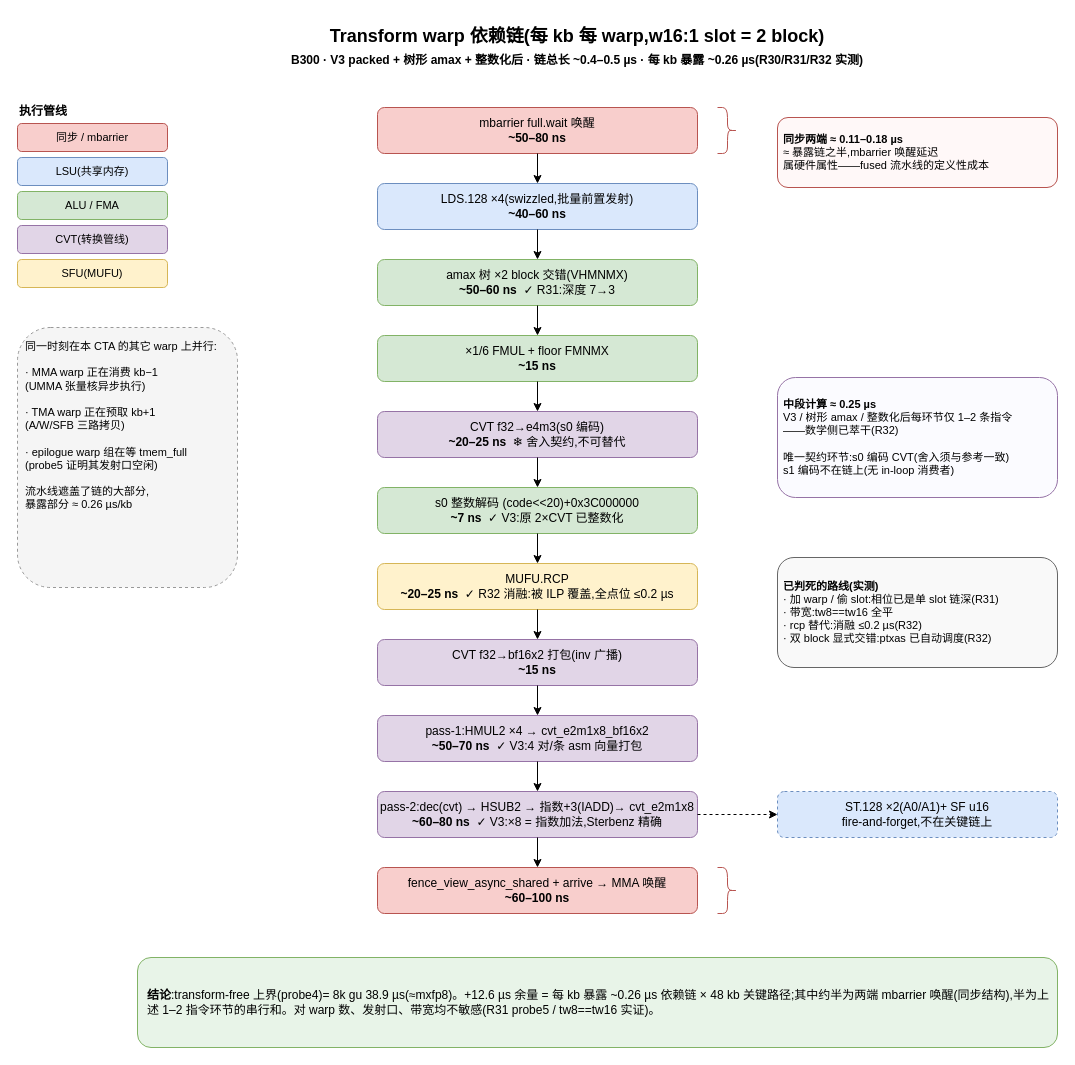
Earlier version of the draw.io diagram docs/transform-warp-chain.drawio (alan-hpc/nvfp4-cutlass). Source tidied: cells renumbered, new cells numbered last; positions are measured from the earlier drawing's top-left corner, leaving out a move shared by most shapes. Both pictures are drawn from the tidied source at 100%, with x=0, y=0 at pixel (17, 17).
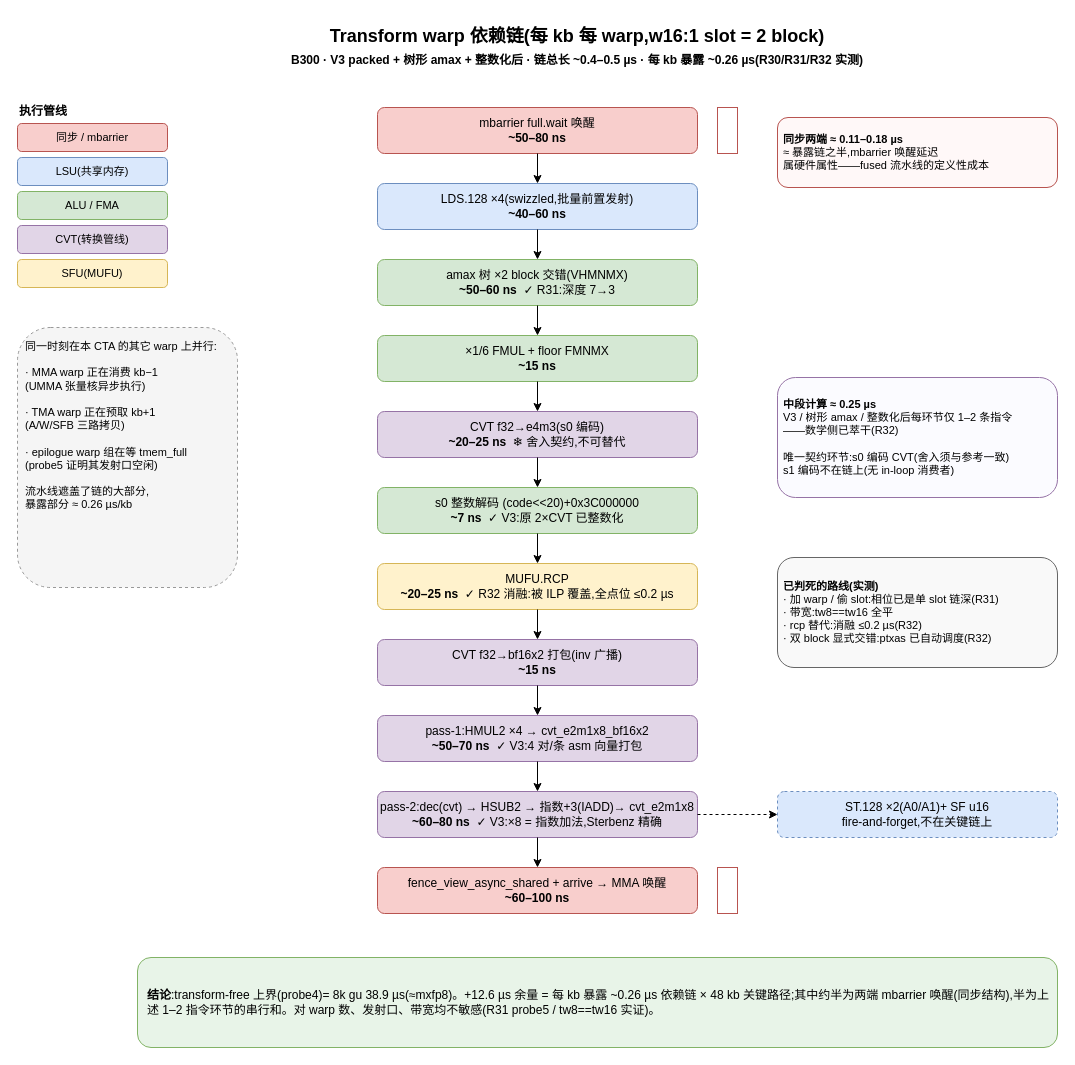
After the change.

Diff of the diagram source:
```diff
@@
-    <mxCell id="33" style="shape=curlyBracket;whiteSpace=wrap;html=1;rounded=1;flipH=1;strokeColor=#b85450;" parent="1" vertex="1">
+    <mxCell id="33" style="rounded=0;fillColor=none;strokeColor=#b85450;" parent="1" vertex="1">
       <mxGeometry x="700" y="90" width="20" height="46" as="geometry" />
     </mxCell>
-    <mxCell id="34" style="shape=curlyBracket;whiteSpace=wrap;html=1;rounded=1;flipH=1;strokeColor=#b85450;" parent="1" vertex="1">
+    <mxCell id="34" style="rounded=0;fillColor=none;strokeColor=#b85450;" parent="1" vertex="1">
       <mxGeometry x="700" y="850" width="20" height="46" as="geometry" />
     </mxCell>
```
